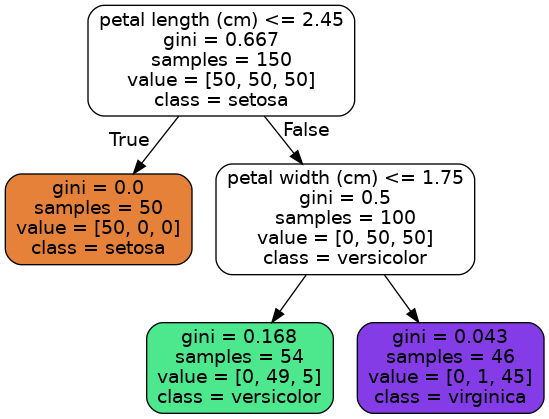
The Graphviz diagram my_learning/decision_trees/iris_tree.png in JeanGC970520/caipc, before a commit. Its source is kept beside it as my_learning/decision_trees/iris_tree.dot. The source it was exported from:
```dot
digraph Tree {
node [shape=box, style="filled, rounded", color="black", fontname="helvetica"] ;
edge [fontname="helvetica"] ;
0 [label="petal length (cm) <= 2.45\ngini = 0.667\nsamples = 150\nvalue = [50, 50, 50]\nclass = setosa", fillcolor="#ffffff"] ;
1 [label="gini = 0.0\nsamples = 50\nvalue = [50, 0, 0]\nclass = setosa", fillcolor="#e58139"] ;
0 -> 1 [labeldistance=2.5, labelangle=45, headlabel="True"] ;
2 [label="petal width (cm) <= 1.75\ngini = 0.5\nsamples = 100\nvalue = [0, 50, 50]\nclass = versicolor", fillcolor="#ffffff"] ;
0 -> 2 [labeldistance=2.5, labelangle=-45, headlabel="False"] ;
3 [label="gini = 0.168\nsamples = 54\nvalue = [0, 49, 5]\nclass = versicolor", fillcolor="#4de88e"] ;
2 -> 3 ;
4 [label="gini = 0.043\nsamples = 46\nvalue = [0, 1, 45]\nclass = virginica", fillcolor="#843de6"] ;
2 -> 4 ;
}
```
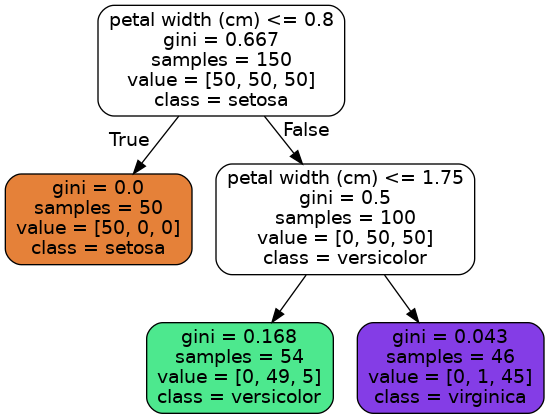
The same diagram one commit later.

What changed in the source:
```diff
@@ -1,7 +1,7 @@
 digraph Tree {
 node [shape=box, style="filled, rounded", color="black", fontname="helvetica"] ;
 edge [fontname="helvetica"] ;
-0 [label="petal length (cm) <= 2.45\ngini = 0.667\nsamples = 150\nvalue = [50, 50, 50]\nclass = setosa", fillcolor="#ffffff"] ;
+0 [label="petal width (cm) <= 0.8\ngini = 0.667\nsamples = 150\nvalue = [50, 50, 50]\nclass = setosa", fillcolor="#ffffff"] ;
 1 [label="gini = 0.0\nsamples = 50\nvalue = [50, 0, 0]\nclass = setosa", fillcolor="#e58139"] ;
 0 -> 1 [labeldistance=2.5, labelangle=45, headlabel="True"] ;
 2 [label="petal width (cm) <= 1.75\ngini = 0.5\nsamples = 100\nvalue = [0, 50, 50]\nclass = versicolor", fillcolor="#ffffff"] ;
```
